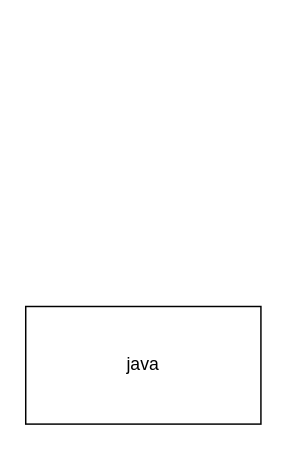
muluofeng/LearnNote keeps this draw.io diagram as 分布式/Untitled Diagram.drawio. Above is the earlier version. Source tidied: cells renumbered, new cells numbered last; positions are measured from the earlier drawing's top-left corner, leaving out a move shared by most shapes. Both pictures are drawn from the tidied source at 147%, with x=0, y=0 at pixel (25, 306).
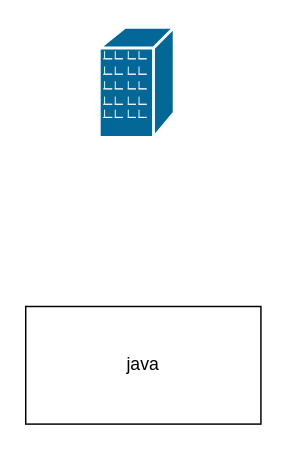
Above is the later version.

Diff of the diagram source:
```diff
@@
 <mxGraphModel>
   <root>
     <mxCell id="0" />
     <mxCell id="1" parent="0" />
     <mxCell id="2" value="java" style="rounded=0;whiteSpace=wrap;html=1;" parent="1" vertex="1">
       <mxGeometry width="160" height="80" as="geometry" />
     </mxCell>
+    <mxCell id="3" style="shape=mxgraph.cisco.buildings.branch_office;html=1;dashed=0;fillColor=#036897;strokeColor=#ffffff;strokeWidth=2;verticalLabelPosition=bottom;verticalAlign=top;align=center;" parent="1" vertex="1">
+      <mxGeometry x="50" y="-190" width="51" height="75" as="geometry" />
+    </mxCell>
   </root>
 </mxGraphModel>
```
